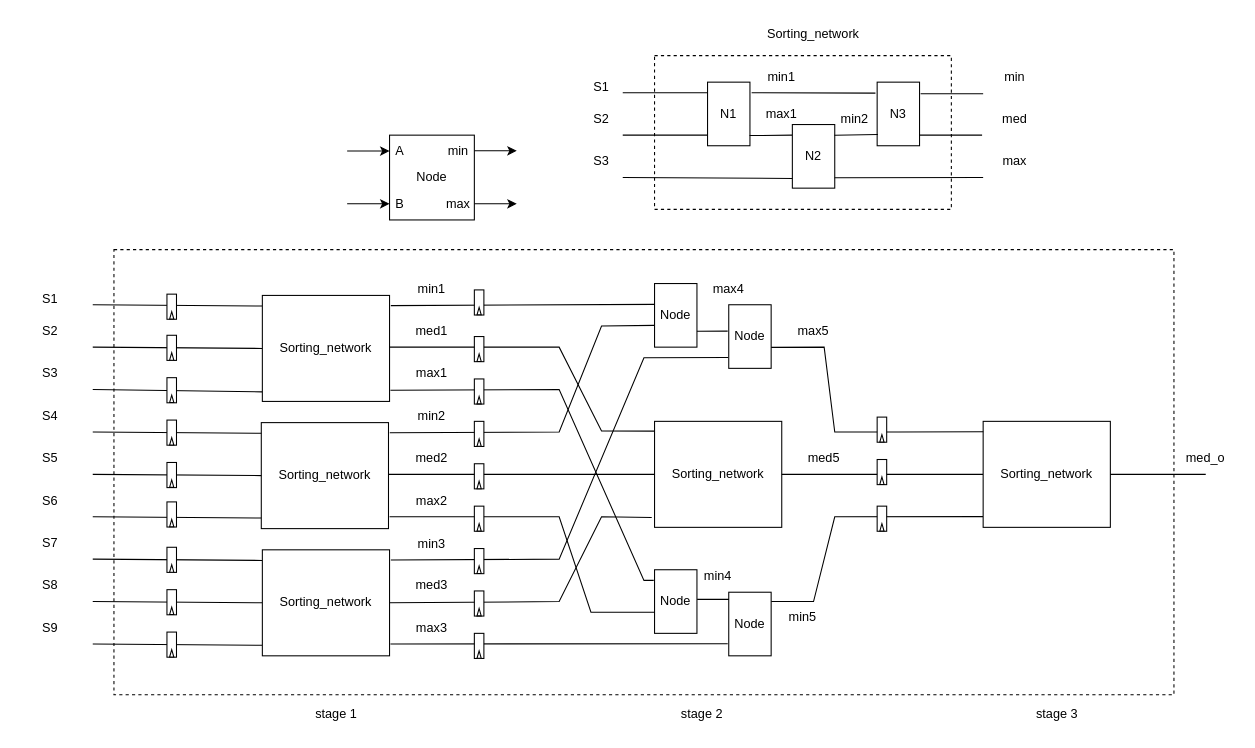
Before: Draw/MedianFilterModules/MedianSystolicModule3x3.drawio in Hieuueihm/Thesis, a draw.io diagram. Source tidied: cells renumbered, new cells numbered last; positions are measured from the earlier drawing's top-left corner, leaving out a move shared by most shapes. Both pictures are drawn from the tidied source at 106%, with x=0, y=0 at pixel (18, 18).
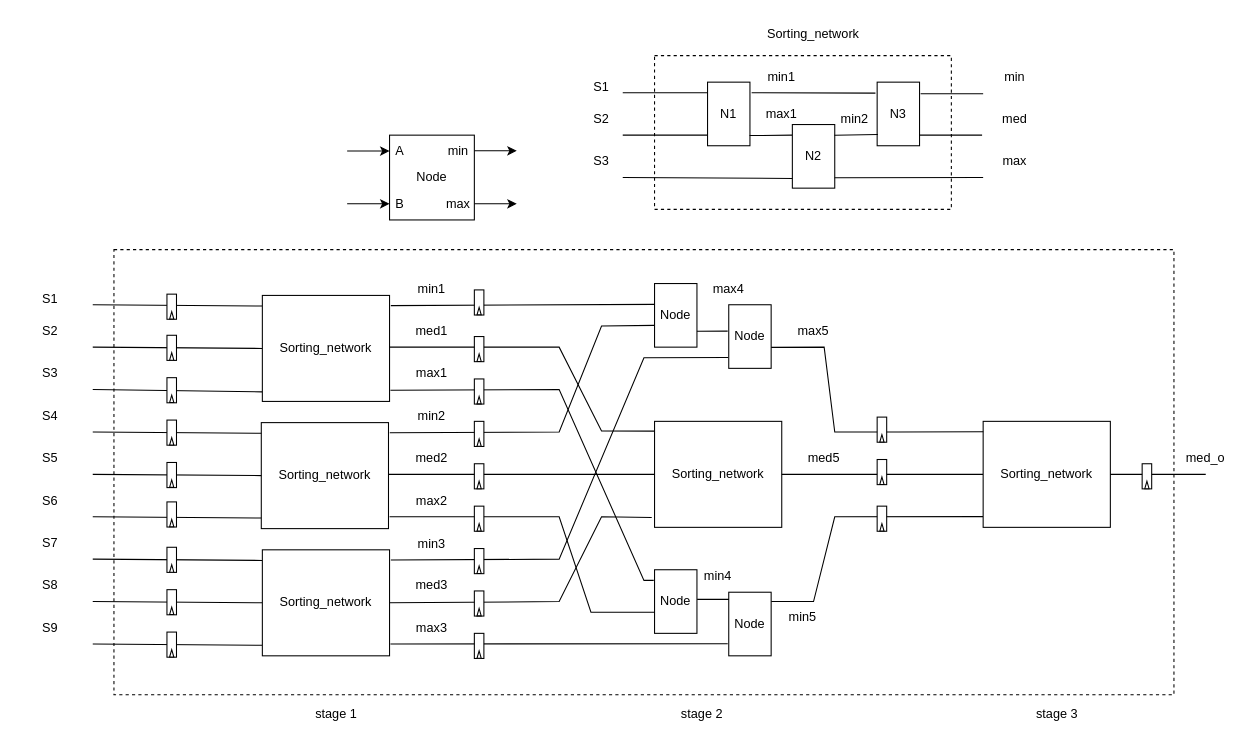
The same page after the edit.

What changed in the source:
```diff
@@
+    <mxCell id="158" style="group;" parent="1" vertex="1">
+      <mxGeometry x="1060" y="420" width="9" height="24" as="geometry" />
+    </mxCell>
+    <mxCell id="159" style="rounded=0;whiteSpace=wrap;html=1;" parent="158" vertex="1">
+      <mxGeometry width="9" height="23.7" as="geometry" />
+    </mxCell>
+    <mxCell id="160" style="triangle;whiteSpace=wrap;html=1;rotation=270;" parent="158" vertex="1">
+      <mxGeometry x="1" y="18" width="7" height="4" as="geometry" />
+    </mxCell>
```
